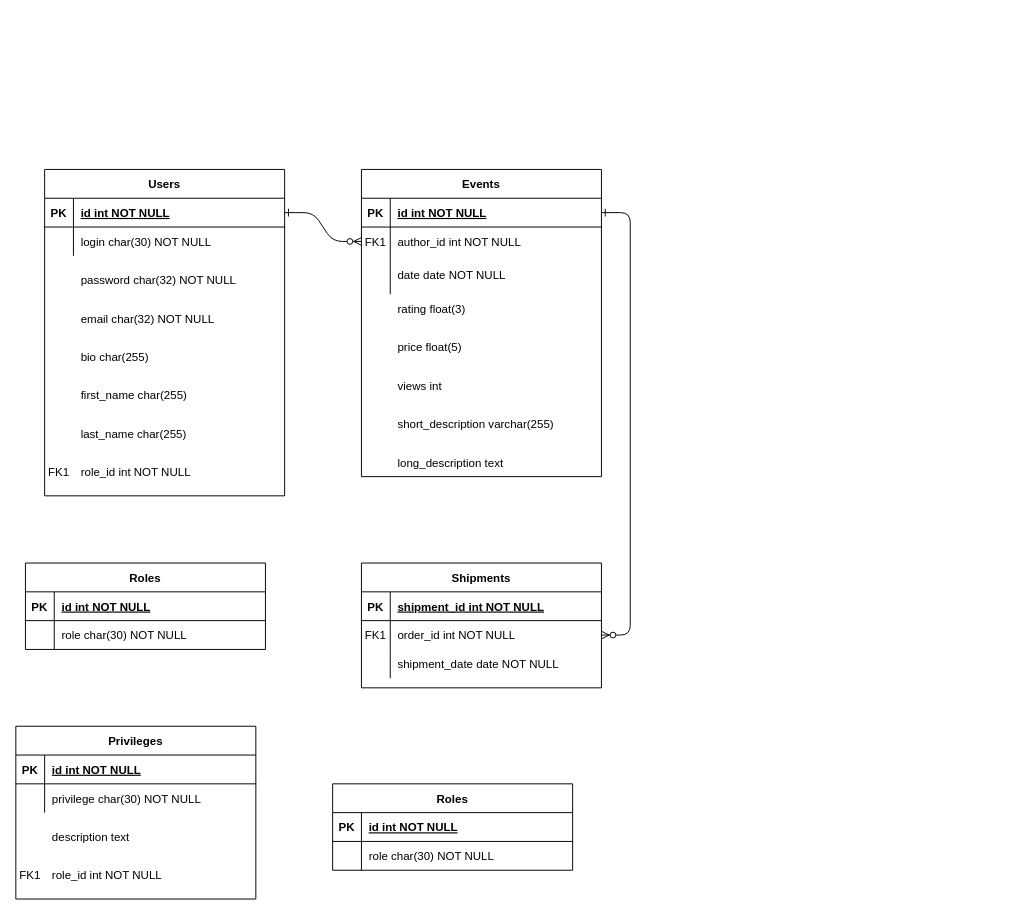
AidosRy/anel keeps this draw.io diagram as Untitled Diagram.drawio. Above is the earlier version. Source tidied: cells renumbered, new cells numbered last; positions are measured from the earlier drawing's top-left corner, leaving out a move shared by most shapes. Both pictures are drawn from the tidied source at 96%, with x=0, y=0 at pixel (15, 169).
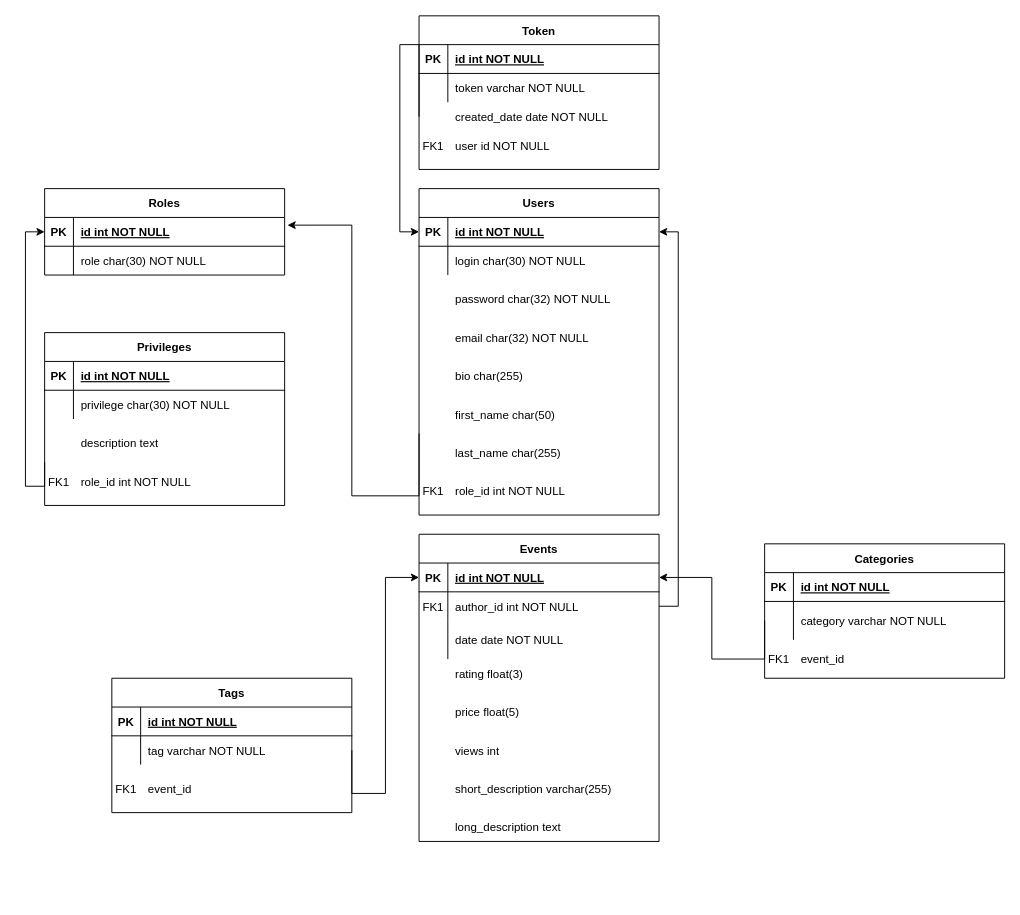
After the change.

Unchanged cells that the change refers to:
```xml
<mxCell id="5" style="shape=partialRectangle;fillColor=none;points=[[0,0.5],[1,0.5]];portConstraint=eastwest;top=0;left=0;right=0;bottom=1;" parent="4" vertex="1">
  <mxGeometry y="30" width="250" height="30" as="geometry" />
</mxCell>
<mxCell id="8" style="shape=partialRectangle;fillColor=none;points=[[0,0.5],[1,0.5]];portConstraint=eastwest;top=0;left=0;right=0;bottom=0;" parent="4" vertex="1">
  <mxGeometry y="60" width="250" height="30" as="geometry" />
</mxCell>
<mxCell id="25" style="shape=partialRectangle;fillColor=none;points=[[0,0.5],[1,0.5]];portConstraint=eastwest;top=0;left=0;right=0;bottom=1;" parent="24" vertex="1">
  <mxGeometry y="30" width="250" height="30" as="geometry" />
</mxCell>
<mxCell id="44" style="shape=partialRectangle;fillColor=none;points=[[0,0.5],[1,0.5]];portConstraint=eastwest;top=0;left=0;right=0;bottom=1;" parent="43" vertex="1">
  <mxGeometry y="30" width="250" height="30" as="geometry" />
</mxCell>
```

Diff of the diagram source:
```diff
@@
-    <mxCell id="2" style="edgeStyle=entityRelationEdgeStyle;endArrow=ERzeroToMany;startArrow=ERone;endFill=1;startFill=0;" parent="1" edge="1" source="25" target="8">
-      <mxGeometry relative="1" as="geometry" />
-    </mxCell>
-    <mxCell id="3" style="edgeStyle=entityRelationEdgeStyle;endArrow=ERzeroToMany;startArrow=ERone;endFill=1;startFill=0;" parent="1" edge="1" source="5" target="18">
-      <mxGeometry relative="1" as="geometry" />
-    </mxCell>
     <mxCell id="4" value="Events" style="shape=table;startSize=30;childLayout=tableLayout;rowLines=0;fontStyle=1;align=center;" parent="1" vertex="1">
-      <mxGeometry x="360" width="250" height="320" as="geometry" />
+      <mxGeometry x="420" y="380" width="250" height="320" as="geometry" />
     </mxCell>
@@
-    <mxCell id="14" value="Shipments" style="shape=table;startSize=30;childLayout=tableLayout;rowLines=0;fontStyle=1;align=center;" parent="1" vertex="1">
-      <mxGeometry x="360" y="410" width="250" height="130" as="geometry" />
-    </mxCell>
-    <mxCell id="15" style="shape=partialRectangle;fillColor=none;top=0;left=0;right=0;bottom=1;" parent="14" vertex="1">
-      <mxGeometry y="30" width="250" height="30" as="geometry" />
-    </mxCell>
-    <mxCell id="16" value="PK" style="shape=partialRectangle;overflow=hidden;fillColor=none;top=0;left=0;bottom=0;right=0;fontStyle=1;" parent="15" vertex="1">
-      <mxGeometry width="30" height="30" as="geometry" />
-    </mxCell>
-    <mxCell id="17" value="shipment_id int NOT NULL " style="shape=partialRectangle;overflow=hidden;fillColor=none;top=0;left=0;bottom=0;right=0;align=left;spacingLeft=6;fontStyle=5;" parent="15" vertex="1">
-      <mxGeometry x="30" width="220" height="30" as="geometry" />
-    </mxCell>
-    <mxCell id="18" style="shape=partialRectangle;fillColor=none;points=[[0,0.5],[1,0.5]];portConstraint=eastwest;top=0;left=0;right=0;bottom=0;" parent="14" vertex="1">
-      <mxGeometry y="60" width="250" height="30" as="geometry" />
-    </mxCell>
-    <mxCell id="19" value="FK1" style="shape=partialRectangle;overflow=hidden;fillColor=none;top=0;left=0;bottom=0;right=0;" parent="18" vertex="1">
-      <mxGeometry width="30" height="30" as="geometry" />
-    </mxCell>
-    <mxCell id="20" value="order_id int NOT NULL" style="shape=partialRectangle;overflow=hidden;fillColor=none;top=0;left=0;bottom=0;right=0;align=left;spacingLeft=6;" parent="18" vertex="1">
-      <mxGeometry x="30" width="220" height="30" as="geometry" />
-    </mxCell>
-    <mxCell id="21" style="shape=partialRectangle;fillColor=none;top=0;left=0;right=0;bottom=0;" parent="14" vertex="1">
-      <mxGeometry y="90" width="250" height="30" as="geometry" />
-    </mxCell>
-    <mxCell id="22" style="shape=partialRectangle;overflow=hidden;fillColor=none;top=0;left=0;bottom=0;right=0;" parent="21" vertex="1">
-      <mxGeometry width="30" height="30" as="geometry" />
-    </mxCell>
-    <mxCell id="23" value="shipment_date date NOT NULL" style="shape=partialRectangle;overflow=hidden;fillColor=none;top=0;left=0;bottom=0;right=0;align=left;spacingLeft=6;" parent="21" vertex="1">
-      <mxGeometry x="30" width="220" height="30" as="geometry" />
-    </mxCell>
+    <mxCell id="67" style="edgeStyle=orthogonalEdgeStyle;rounded=0;jettySize=auto;html=1;exitX=0;exitY=0.75;exitDx=0;exitDy=0;entryX=1.012;entryY=0.267;entryDx=0;entryDy=0;entryPerimeter=0;" parent="1" edge="1" source="24" target="44">
+      <mxGeometry relative="1" as="geometry">
+        <Array as="points">
+          <mxPoint x="420" y="340" />
+          <mxPoint x="350" y="340" />
+          <mxPoint x="350" y="58" />
+        </Array>
+      </mxGeometry>
+    </mxCell>
     <mxCell id="24" value="Users" style="shape=table;startSize=30;childLayout=tableLayout;rowLines=0;fontStyle=1;align=center;" parent="1" vertex="1">
-      <mxGeometry x="30" width="250" height="340" as="geometry" />
+      <mxGeometry x="420" y="20" width="250" height="340" as="geometry" />
     </mxCell>
@@
     <mxCell id="31" value="rating float(3)" style="shape=partialRectangle;overflow=hidden;fillColor=none;top=0;left=0;bottom=0;right=0;align=left;spacingLeft=6;" parent="1" vertex="1">
-      <mxGeometry x="390" y="130" width="220" height="30" as="geometry" />
+      <mxGeometry x="450" y="510" width="220" height="30" as="geometry" />
     </mxCell>
     <mxCell id="32" value="price float(5)" style="shape=partialRectangle;overflow=hidden;fillColor=none;top=0;left=0;bottom=0;right=0;align=left;spacingLeft=6;" parent="1" vertex="1">
-      <mxGeometry x="390" y="170" width="220" height="30" as="geometry" />
+      <mxGeometry x="450" y="550" width="220" height="30" as="geometry" />
     </mxCell>
     <mxCell id="33" value="views int" style="shape=partialRectangle;overflow=hidden;fillColor=none;top=0;left=0;bottom=0;right=0;align=left;spacingLeft=6;" parent="1" vertex="1">
-      <mxGeometry x="390" y="210" width="220" height="30" as="geometry" />
+      <mxGeometry x="450" y="590" width="220" height="30" as="geometry" />
     </mxCell>
     <mxCell id="34" value="short_description varchar(255)" style="shape=partialRectangle;overflow=hidden;fillColor=none;top=0;left=0;bottom=0;right=0;align=left;spacingLeft=6;" parent="1" vertex="1">
-      <mxGeometry x="390" y="250" width="220" height="30" as="geometry" />
+      <mxGeometry x="450" y="630" width="220" height="30" as="geometry" />
     </mxCell>
     <mxCell id="35" value="long_description text" style="shape=partialRectangle;overflow=hidden;fillColor=none;top=0;left=0;bottom=0;right=0;align=left;spacingLeft=6;" parent="1" vertex="1">
-      <mxGeometry x="390" y="290" width="220" height="30" as="geometry" />
+      <mxGeometry x="450" y="670" width="220" height="30" as="geometry" />
     </mxCell>
     <mxCell id="36" value="password char(32) NOT NULL" style="shape=partialRectangle;overflow=hidden;fillColor=none;top=0;left=0;bottom=0;right=0;align=left;spacingLeft=6;" parent="1" vertex="1">
-      <mxGeometry x="60" y="100" width="220" height="30" as="geometry" />
+      <mxGeometry x="450" y="120" width="220" height="30" as="geometry" />
     </mxCell>
     <mxCell id="37" value="email char(32) NOT NULL" style="shape=partialRectangle;overflow=hidden;fillColor=none;top=0;left=0;bottom=0;right=0;align=left;spacingLeft=6;" parent="1" vertex="1">
-      <mxGeometry x="60" y="140" width="220" height="30" as="geometry" />
+      <mxGeometry x="450" y="160" width="220" height="30" as="geometry" />
     </mxCell>
     <mxCell id="38" value="bio char(255)" style="shape=partialRectangle;overflow=hidden;fillColor=none;top=0;left=0;bottom=0;right=0;align=left;spacingLeft=6;" parent="1" vertex="1">
-      <mxGeometry x="60" y="180" width="220" height="30" as="geometry" />
+      <mxGeometry x="450" y="200" width="220" height="30" as="geometry" />
     </mxCell>
-    <mxCell id="39" value="first_name char(255)" style="shape=partialRectangle;overflow=hidden;fillColor=none;top=0;left=0;bottom=0;right=0;align=left;spacingLeft=6;" parent="1" vertex="1">
-      <mxGeometry x="60" y="220" width="220" height="30" as="geometry" />
+    <mxCell id="39" value="first_name char(50)" style="shape=partialRectangle;overflow=hidden;fillColor=none;top=0;left=0;bottom=0;right=0;align=left;spacingLeft=6;" parent="1" vertex="1">
+      <mxGeometry x="450" y="240" width="220" height="30" as="geometry" />
     </mxCell>
     <mxCell id="40" value="last_name char(255)" style="shape=partialRectangle;overflow=hidden;fillColor=none;top=0;left=0;bottom=0;right=0;align=left;spacingLeft=6;" parent="1" vertex="1">
-      <mxGeometry x="60" y="260" width="220" height="30" as="geometry" />
+      <mxGeometry x="450" y="280" width="220" height="30" as="geometry" />
     </mxCell>
     <mxCell id="41" value="role_id int NOT NULL" style="shape=partialRectangle;overflow=hidden;fillColor=none;top=0;left=0;bottom=0;right=0;align=left;spacingLeft=6;" parent="1" vertex="1">
-      <mxGeometry x="60" y="300" width="220" height="30" as="geometry" />
+      <mxGeometry x="450" y="320" width="220" height="30" as="geometry" />
     </mxCell>
     <mxCell id="42" value="FK1" style="shape=partialRectangle;overflow=hidden;fillColor=none;top=0;left=0;bottom=0;right=0;" parent="1" vertex="1">
-      <mxGeometry x="30" y="300" width="30" height="30" as="geometry" />
+      <mxGeometry x="420" y="320" width="30" height="30" as="geometry" />
     </mxCell>
     <mxCell id="43" value="Roles" style="shape=table;startSize=30;childLayout=tableLayout;rowLines=0;fontStyle=1;align=center;" parent="1" vertex="1">
-      <mxGeometry x="10" y="410" width="250" height="90" as="geometry" />
+      <mxGeometry x="30" y="20" width="250" height="90" as="geometry" />
     </mxCell>
@@
+    <mxCell id="68" style="edgeStyle=orthogonalEdgeStyle;rounded=0;jettySize=auto;html=1;exitX=0;exitY=0.75;exitDx=0;exitDy=0;entryX=0;entryY=0.5;entryDx=0;entryDy=0;" parent="1" edge="1" source="50" target="44">
+      <mxGeometry relative="1" as="geometry">
+        <Array as="points">
+          <mxPoint x="30" y="330" />
+          <mxPoint x="10" y="330" />
+          <mxPoint x="10" y="65" />
+        </Array>
+      </mxGeometry>
+    </mxCell>
     <mxCell id="50" value="Privileges" style="shape=table;startSize=30;childLayout=tableLayout;rowLines=0;fontStyle=1;align=center;" parent="1" vertex="1">
-      <mxGeometry y="580" width="250" height="180" as="geometry" />
+      <mxGeometry x="30" y="170" width="250" height="180" as="geometry" />
     </mxCell>
@@
-    <mxCell id="57" value="Roles" style="shape=table;startSize=30;childLayout=tableLayout;rowLines=0;fontStyle=1;align=center;" parent="1" vertex="1">
-      <mxGeometry x="330" y="640" width="250" height="90" as="geometry" />
-    </mxCell>
-    <mxCell id="58" style="shape=partialRectangle;fillColor=none;top=0;left=0;right=0;bottom=1;" parent="57" vertex="1">
-      <mxGeometry y="30" width="250" height="30" as="geometry" />
-    </mxCell>
-    <mxCell id="59" value="PK" style="shape=partialRectangle;overflow=hidden;fillColor=none;top=0;left=0;bottom=0;right=0;fontStyle=1;" parent="58" vertex="1">
-      <mxGeometry width="30" height="30" as="geometry" />
-    </mxCell>
-    <mxCell id="60" value="id int NOT NULL " style="shape=partialRectangle;overflow=hidden;fillColor=none;top=0;left=0;bottom=0;right=0;align=left;spacingLeft=6;fontStyle=5;" parent="58" vertex="1">
-      <mxGeometry x="30" width="220" height="30" as="geometry" />
-    </mxCell>
-    <mxCell id="61" style="shape=partialRectangle;fillColor=none;top=0;left=0;right=0;bottom=0;" parent="57" vertex="1">
-      <mxGeometry y="60" width="250" height="30" as="geometry" />
-    </mxCell>
-    <mxCell id="62" style="shape=partialRectangle;overflow=hidden;fillColor=none;top=0;left=0;bottom=0;right=0;" parent="61" vertex="1">
-      <mxGeometry width="30" height="30" as="geometry" />
-    </mxCell>
-    <mxCell id="63" value="role char(30) NOT NULL" style="shape=partialRectangle;overflow=hidden;fillColor=none;top=0;left=0;bottom=0;right=0;align=left;spacingLeft=6;" parent="61" vertex="1">
-      <mxGeometry x="30" width="220" height="30" as="geometry" />
-    </mxCell>
     <mxCell id="64" value="description text" style="shape=partialRectangle;overflow=hidden;fillColor=none;top=0;left=0;bottom=0;right=0;align=left;spacingLeft=6;" parent="1" vertex="1">
-      <mxGeometry x="30" y="680" width="220" height="30" as="geometry" />
+      <mxGeometry x="60" y="270" width="220" height="30" as="geometry" />
     </mxCell>
     <mxCell id="65" value="FK1" style="shape=partialRectangle;overflow=hidden;fillColor=none;top=0;left=0;bottom=0;right=0;" parent="1" vertex="1">
-      <mxGeometry y="720" width="30" height="30" as="geometry" />
+      <mxGeometry x="30" y="310" width="30" height="30" as="geometry" />
     </mxCell>
     <mxCell id="66" value="role_id int NOT NULL" style="shape=partialRectangle;overflow=hidden;fillColor=none;top=0;left=0;bottom=0;right=0;align=left;spacingLeft=6;" parent="1" vertex="1">
-      <mxGeometry x="30" y="720" width="220" height="30" as="geometry" />
+      <mxGeometry x="60" y="310" width="220" height="30" as="geometry" />
     </mxCell>
+    <mxCell id="69" value="Token" style="shape=table;startSize=30;childLayout=tableLayout;rowLines=0;fontStyle=1;align=center;" parent="1" vertex="1">
+      <mxGeometry x="420" y="-160" width="250" height="160" as="geometry" />
+    </mxCell>
+    <mxCell id="70" style="shape=partialRectangle;fillColor=none;top=0;left=0;right=0;bottom=1;" parent="69" vertex="1">
+      <mxGeometry y="30" width="250" height="30" as="geometry" />
+    </mxCell>
+    <mxCell id="71" value="PK" style="shape=partialRectangle;overflow=hidden;fillColor=none;top=0;left=0;bottom=0;right=0;fontStyle=1;" parent="70" vertex="1">
+      <mxGeometry width="30" height="30" as="geometry" />
+    </mxCell>
+    <mxCell id="72" value="id int NOT NULL " style="shape=partialRectangle;overflow=hidden;fillColor=none;top=0;left=0;bottom=0;right=0;align=left;spacingLeft=6;fontStyle=5;" parent="70" vertex="1">
+      <mxGeometry x="30" width="220" height="30" as="geometry" />
+    </mxCell>
+    <mxCell id="73" style="shape=partialRectangle;fillColor=none;top=0;left=0;right=0;bottom=0;" parent="69" vertex="1">
+      <mxGeometry y="60" width="250" height="30" as="geometry" />
+    </mxCell>
+    <mxCell id="74" style="shape=partialRectangle;overflow=hidden;fillColor=none;top=0;left=0;bottom=0;right=0;" parent="73" vertex="1">
+      <mxGeometry width="30" height="30" as="geometry" />
+    </mxCell>
+    <mxCell id="75" value="token varchar NOT NULL" style="shape=partialRectangle;overflow=hidden;fillColor=none;top=0;left=0;bottom=0;right=0;align=left;spacingLeft=6;" parent="73" vertex="1">
+      <mxGeometry x="30" width="220" height="30" as="geometry" />
+    </mxCell>
+    <mxCell id="76" style="edgeStyle=orthogonalEdgeStyle;rounded=0;jettySize=auto;html=1;exitX=0;exitY=0.5;exitDx=0;exitDy=0;entryX=0;entryY=0.5;entryDx=0;entryDy=0;" parent="1" edge="1" source="77" target="25">
+      <mxGeometry relative="1" as="geometry">
+        <Array as="points">
+          <mxPoint x="420" y="-130" />
+          <mxPoint x="400" y="-130" />
+          <mxPoint x="400" y="65" />
+        </Array>
+      </mxGeometry>
+    </mxCell>
+    <mxCell id="77" style="shape=partialRectangle;fillColor=none;points=[[0,0.5],[1,0.5]];portConstraint=eastwest;top=0;left=0;right=0;bottom=0;" parent="1" vertex="1">
+      <mxGeometry x="420" y="-70" width="250" height="30" as="geometry" />
+    </mxCell>
+    <mxCell id="78" style="shape=partialRectangle;overflow=hidden;fillColor=none;top=0;left=0;bottom=0;right=0;" parent="77" vertex="1">
+      <mxGeometry width="30" height="30" as="geometry" />
+    </mxCell>
+    <mxCell id="79" value="created_date date NOT NULL" style="shape=partialRectangle;overflow=hidden;fillColor=none;top=0;left=0;bottom=0;right=0;align=left;spacingLeft=6;" parent="77" vertex="1">
+      <mxGeometry x="30" width="220" height="30" as="geometry" />
+    </mxCell>
+    <mxCell id="80" style="shape=partialRectangle;fillColor=none;top=0;left=0;right=0;bottom=0;" parent="1" vertex="1">
+      <mxGeometry x="420" y="-40" width="250" height="30" as="geometry" />
+    </mxCell>
+    <mxCell id="81" style="shape=partialRectangle;overflow=hidden;fillColor=none;top=0;left=0;bottom=0;right=0;" parent="80" vertex="1">
+      <mxGeometry width="30" height="30" as="geometry" />
+    </mxCell>
+    <mxCell id="82" value="user id NOT NULL" style="shape=partialRectangle;overflow=hidden;fillColor=none;top=0;left=0;bottom=0;right=0;align=left;spacingLeft=6;" parent="80" vertex="1">
+      <mxGeometry x="30" width="220" height="30" as="geometry" />
+    </mxCell>
+    <mxCell id="83" value="FK1" style="shape=partialRectangle;overflow=hidden;fillColor=none;top=0;left=0;bottom=0;right=0;" parent="1" vertex="1">
+      <mxGeometry x="420" y="-40" width="30" height="30" as="geometry" />
+    </mxCell>
+    <mxCell id="84" value="Tags" style="shape=table;startSize=30;childLayout=tableLayout;rowLines=0;fontStyle=1;align=center;" parent="1" vertex="1">
+      <mxGeometry x="100" y="530" width="250" height="140" as="geometry" />
+    </mxCell>
+    <mxCell id="85" style="shape=partialRectangle;fillColor=none;top=0;left=0;right=0;bottom=1;" parent="84" vertex="1">
+      <mxGeometry y="30" width="250" height="30" as="geometry" />
+    </mxCell>
+    <mxCell id="86" value="PK" style="shape=partialRectangle;overflow=hidden;fillColor=none;top=0;left=0;bottom=0;right=0;fontStyle=1;" parent="85" vertex="1">
+      <mxGeometry width="30" height="30" as="geometry" />
+    </mxCell>
+    <mxCell id="87" value="id int NOT NULL " style="shape=partialRectangle;overflow=hidden;fillColor=none;top=0;left=0;bottom=0;right=0;align=left;spacingLeft=6;fontStyle=5;" parent="85" vertex="1">
+      <mxGeometry x="30" width="220" height="30" as="geometry" />
+    </mxCell>
+    <mxCell id="88" style="shape=partialRectangle;fillColor=none;points=[[0,0.5],[1,0.5]];portConstraint=eastwest;top=0;left=0;right=0;bottom=0;" parent="84" vertex="1">
+      <mxGeometry y="60" width="250" height="30" as="geometry" />
+    </mxCell>
+    <mxCell id="89" style="shape=partialRectangle;overflow=hidden;fillColor=none;top=0;left=0;bottom=0;right=0;" parent="88" vertex="1">
+      <mxGeometry width="30" height="30" as="geometry" />
+    </mxCell>
+    <mxCell id="90" value="tag varchar NOT NULL" style="shape=partialRectangle;overflow=hidden;fillColor=none;top=0;left=0;bottom=0;right=0;align=left;spacingLeft=6;" parent="88" vertex="1">
+      <mxGeometry x="30" width="220" height="30" as="geometry" />
+    </mxCell>
+    <mxCell id="91" value="Categories" style="shape=table;startSize=30;childLayout=tableLayout;rowLines=0;fontStyle=1;align=center;" parent="1" vertex="1">
+      <mxGeometry x="780" y="390" width="250" height="140" as="geometry" />
+    </mxCell>
+    <mxCell id="92" style="shape=partialRectangle;fillColor=none;top=0;left=0;right=0;bottom=1;" parent="91" vertex="1">
+      <mxGeometry y="30" width="250" height="30" as="geometry" />
+    </mxCell>
+    <mxCell id="93" value="PK" style="shape=partialRectangle;overflow=hidden;fillColor=none;top=0;left=0;bottom=0;right=0;fontStyle=1;" parent="92" vertex="1">
+      <mxGeometry width="30" height="30" as="geometry" />
+    </mxCell>
+    <mxCell id="94" value="id int NOT NULL " style="shape=partialRectangle;overflow=hidden;fillColor=none;top=0;left=0;bottom=0;right=0;align=left;spacingLeft=6;fontStyle=5;" parent="92" vertex="1">
+      <mxGeometry x="30" width="220" height="30" as="geometry" />
+    </mxCell>
+    <mxCell id="95" style="shape=partialRectangle;fillColor=none;points=[[0,0.5],[1,0.5]];portConstraint=eastwest;top=0;left=0;right=0;bottom=0;" parent="91" vertex="1">
+      <mxGeometry y="60" width="250" height="40" as="geometry" />
+    </mxCell>
+    <mxCell id="96" style="shape=partialRectangle;overflow=hidden;fillColor=none;top=0;left=0;bottom=0;right=0;" parent="95" vertex="1">
+      <mxGeometry width="30" height="40" as="geometry" />
+    </mxCell>
+    <mxCell id="97" value="category varchar NOT NULL" style="shape=partialRectangle;overflow=hidden;fillColor=none;top=0;left=0;bottom=0;right=0;align=left;spacingLeft=6;" parent="95" vertex="1">
+      <mxGeometry x="30" width="220" height="40" as="geometry" />
+    </mxCell>
+    <mxCell id="98" style="shape=partialRectangle;fillColor=none;top=0;left=0;right=0;bottom=0;" parent="1" vertex="1">
+      <mxGeometry x="780" y="490" width="250" height="40" as="geometry" />
+    </mxCell>
+    <mxCell id="99" style="shape=partialRectangle;overflow=hidden;fillColor=none;top=0;left=0;bottom=0;right=0;" parent="98" vertex="1">
+      <mxGeometry width="30" height="40" as="geometry" />
+    </mxCell>
+    <mxCell id="100" value="event_id " style="shape=partialRectangle;overflow=hidden;fillColor=none;top=0;left=0;bottom=0;right=0;align=left;spacingLeft=6;" parent="98" vertex="1">
+      <mxGeometry x="30" width="220" height="40" as="geometry" />
+    </mxCell>
+    <mxCell id="101" value="FK1" style="shape=partialRectangle;overflow=hidden;fillColor=none;top=0;left=0;bottom=0;right=0;" parent="1" vertex="1">
+      <mxGeometry x="780" y="495" width="30" height="30" as="geometry" />
+    </mxCell>
+    <mxCell id="102" value="event_id" style="shape=partialRectangle;overflow=hidden;fillColor=none;top=0;left=0;bottom=0;right=0;align=left;spacingLeft=6;" parent="1" vertex="1">
+      <mxGeometry x="130" y="630" width="220" height="30" as="geometry" />
+    </mxCell>
+    <mxCell id="103" value="FK1" style="shape=partialRectangle;overflow=hidden;fillColor=none;top=0;left=0;bottom=0;right=0;" parent="1" vertex="1">
+      <mxGeometry x="100" y="630" width="30" height="30" as="geometry" />
+    </mxCell>
+    <mxCell id="104" style="edgeStyle=orthogonalEdgeStyle;rounded=0;jettySize=auto;html=1;exitX=1;exitY=0.5;exitDx=0;exitDy=0;entryX=0;entryY=0.5;entryDx=0;entryDy=0;" parent="1" edge="1" source="88" target="5">
+      <mxGeometry relative="1" as="geometry">
+        <Array as="points">
+          <mxPoint x="350" y="650" />
+          <mxPoint x="385" y="650" />
+          <mxPoint x="385" y="425" />
+        </Array>
+      </mxGeometry>
+    </mxCell>
+    <mxCell id="105" style="edgeStyle=orthogonalEdgeStyle;rounded=0;jettySize=auto;html=1;exitX=0;exitY=0.5;exitDx=0;exitDy=0;entryX=1;entryY=0.5;entryDx=0;entryDy=0;" parent="1" edge="1" source="95" target="5">
+      <mxGeometry relative="1" as="geometry">
+        <Array as="points">
+          <mxPoint x="780" y="510" />
+          <mxPoint x="725" y="510" />
+          <mxPoint x="725" y="425" />
+        </Array>
+      </mxGeometry>
+    </mxCell>
+    <mxCell id="106" style="edgeStyle=orthogonalEdgeStyle;rounded=0;jettySize=auto;html=1;exitX=1;exitY=0.5;exitDx=0;exitDy=0;entryX=1;entryY=0.5;entryDx=0;entryDy=0;" parent="1" edge="1" source="8" target="25">
+      <mxGeometry relative="1" as="geometry" />
+    </mxCell>
```
